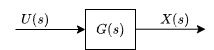
Above: DCDC变换器/SimulationFile/流程图文件.drawio.png in Imperator-panda/20_study (draw.io), before the change. Source tidied: cells renumbered, new cells last; positions are measured from the earlier drawing's top-left corner, leaving out a move shared by most shapes.
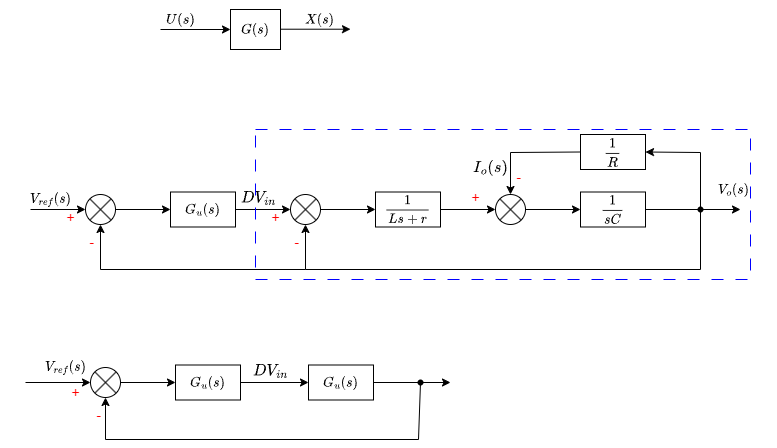
After the commit.

The edit, as a diff of the source:
```diff
@@ -22,5 +22,168 @@
     <mxCell id="6" value="$$X(s)$$" style="text;html=1;align=center;verticalAlign=middle;strokeColor=none;fillColor=none;" parent="1" vertex="1">
       <mxGeometry x="139" width="70" height="30" as="geometry" />
     </mxCell>
+    <mxCell id="7" style="edgeStyle=none;html=1;" parent="1" edge="1" source="9" target="11">
+      <mxGeometry relative="1" as="geometry" />
+    </mxCell>
+    <mxCell id="8" style="edgeStyle=none;rounded=0;html=1;exitX=0.5;exitY=1;exitDx=0;exitDy=0;startArrow=classic;startFill=1;endArrow=none;endFill=0;" parent="1" edge="1" source="9">
+      <mxGeometry relative="1" as="geometry">
+        <mxPoint x="160" y="265" as="targetPoint" />
+        <Array as="points">
+          <mxPoint x="-45" y="265" />
+        </Array>
+      </mxGeometry>
+    </mxCell>
+    <mxCell id="9" style="shape=sumEllipse;perimeter=ellipsePerimeter;whiteSpace=wrap;html=1;backgroundOutline=1;" parent="1" vertex="1">
+      <mxGeometry x="-60" y="190" width="30" height="30" as="geometry" />
+    </mxCell>
+    <mxCell id="10" style="edgeStyle=none;html=1;" parent="1" edge="1" source="11" target="14">
+      <mxGeometry relative="1" as="geometry" />
+    </mxCell>
+    <mxCell id="11" value="$$G_u(s)$$" style="rounded=0;whiteSpace=wrap;html=1;fillColor=none;" parent="1" vertex="1">
+      <mxGeometry x="25" y="187.5" width="65" height="35" as="geometry" />
+    </mxCell>
+    <mxCell id="12" style="edgeStyle=none;html=1;" parent="1" edge="1" source="14" target="16">
+      <mxGeometry relative="1" as="geometry" />
+    </mxCell>
+    <mxCell id="13" style="edgeStyle=none;rounded=0;html=1;startArrow=classic;startFill=1;endArrow=none;endFill=0;" parent="1" edge="1" source="14">
+      <mxGeometry relative="1" as="geometry">
+        <mxPoint x="555" y="205" as="targetPoint" />
+        <Array as="points">
+          <mxPoint x="160" y="265" />
+          <mxPoint x="555" y="265" />
+        </Array>
+      </mxGeometry>
+    </mxCell>
+    <mxCell id="14" style="shape=sumEllipse;perimeter=ellipsePerimeter;whiteSpace=wrap;html=1;backgroundOutline=1;" parent="1" vertex="1">
+      <mxGeometry x="145" y="190" width="30" height="30" as="geometry" />
+    </mxCell>
+    <mxCell id="15" style="edgeStyle=none;html=1;" parent="1" edge="1" source="16" target="19">
+      <mxGeometry relative="1" as="geometry" />
+    </mxCell>
+    <mxCell id="16" value="$$\frac{1}{Ls+r}$$" style="rounded=0;whiteSpace=wrap;html=1;fillColor=none;" parent="1" vertex="1">
+      <mxGeometry x="230" y="187.5" width="65" height="35" as="geometry" />
+    </mxCell>
+    <mxCell id="17" style="edgeStyle=none;html=1;" parent="1" edge="1" source="19" target="21">
+      <mxGeometry relative="1" as="geometry" />
+    </mxCell>
+    <mxCell id="18" style="edgeStyle=none;rounded=0;html=1;exitX=0.5;exitY=0;exitDx=0;exitDy=0;entryX=0;entryY=0.5;entryDx=0;entryDy=0;fontSize=14;fontColor=#000000;startArrow=classic;startFill=1;endArrow=none;endFill=0;" parent="1" edge="1" source="19" target="23">
+      <mxGeometry relative="1" as="geometry">
+        <Array as="points">
+          <mxPoint x="365" y="148" />
+        </Array>
+      </mxGeometry>
+    </mxCell>
+    <mxCell id="19" style="shape=sumEllipse;perimeter=ellipsePerimeter;whiteSpace=wrap;html=1;backgroundOutline=1;" parent="1" vertex="1">
+      <mxGeometry x="350" y="190" width="30" height="30" as="geometry" />
+    </mxCell>
+    <mxCell id="20" style="edgeStyle=none;html=1;" parent="1" edge="1" source="21">
+      <mxGeometry relative="1" as="geometry">
+        <mxPoint x="595" y="205" as="targetPoint" />
+      </mxGeometry>
+    </mxCell>
+    <mxCell id="21" value="$$\frac{1}{sC}$$" style="rounded=0;whiteSpace=wrap;html=1;fillColor=none;" parent="1" vertex="1">
+      <mxGeometry x="435" y="187.5" width="65" height="35" as="geometry" />
+    </mxCell>
+    <mxCell id="22" style="edgeStyle=none;html=1;exitX=1;exitY=0.5;exitDx=0;exitDy=0;endArrow=none;endFill=0;startArrow=classic;startFill=1;rounded=0;" parent="1" edge="1" source="23">
+      <mxGeometry relative="1" as="geometry">
+        <mxPoint x="555" y="205" as="targetPoint" />
+        <Array as="points">
+          <mxPoint x="555" y="148" />
+        </Array>
+      </mxGeometry>
+    </mxCell>
+    <mxCell id="23" value="$$\frac{1}{R}$$" style="rounded=0;whiteSpace=wrap;html=1;fillColor=none;" parent="1" vertex="1">
+      <mxGeometry x="435" y="130" width="65" height="35" as="geometry" />
+    </mxCell>
+    <mxCell id="24" value="$$V_o(s)$$" style="text;html=1;align=center;verticalAlign=middle;strokeColor=none;fillColor=none;" parent="1" vertex="1">
+      <mxGeometry x="545" y="170" width="85" height="30" as="geometry" />
+    </mxCell>
+    <mxCell id="25" style="edgeStyle=none;orthogonalLoop=1;jettySize=auto;html=1;rounded=0;startArrow=classic;startFill=1;endArrow=none;endFill=0;" parent="1" edge="1">
+      <mxGeometry relative="1" as="geometry">
+        <mxPoint x="-60" y="205" as="sourcePoint" />
+        <mxPoint x="-115" y="205" as="targetPoint" />
+      </mxGeometry>
+    </mxCell>
+    <mxCell id="26" value="$$V_{ref}(s)$$" style="text;html=1;align=center;verticalAlign=middle;strokeColor=none;fillColor=none;" parent="1" vertex="1">
+      <mxGeometry x="-145" y="180" width="100" height="30" as="geometry" />
+    </mxCell>
+    <mxCell id="27" value="&lt;font color=&quot;#ff0000&quot; style=&quot;font-size: 14px;&quot;&gt;+&lt;/font&gt;" style="text;html=1;align=center;verticalAlign=middle;strokeColor=none;fillColor=none;" parent="1" vertex="1">
+      <mxGeometry x="-90" y="195" width="30" height="35" as="geometry" />
+    </mxCell>
+    <mxCell id="28" value="&lt;font color=&quot;#ff0000&quot; style=&quot;font-size: 14px;&quot;&gt;-&lt;/font&gt;" style="text;html=1;align=center;verticalAlign=middle;strokeColor=none;fillColor=none;" parent="1" vertex="1">
+      <mxGeometry x="-67" y="220" width="25" height="35" as="geometry" />
+    </mxCell>
+    <mxCell id="29" value="&lt;font color=&quot;#ff0000&quot; style=&quot;font-size: 14px;&quot;&gt;+&lt;/font&gt;" style="text;html=1;align=center;verticalAlign=middle;strokeColor=none;fillColor=none;" parent="1" vertex="1">
+      <mxGeometry x="115" y="195" width="30" height="35" as="geometry" />
+    </mxCell>
+    <mxCell id="30" value="&lt;font color=&quot;#ff0000&quot; style=&quot;font-size: 14px;&quot;&gt;-&lt;/font&gt;" style="text;html=1;align=center;verticalAlign=middle;strokeColor=none;fillColor=none;" parent="1" vertex="1">
+      <mxGeometry x="138" y="220" width="25" height="35" as="geometry" />
+    </mxCell>
+    <mxCell id="31" value="&lt;font color=&quot;#000000&quot;&gt;$$DV_{in}$$&lt;/font&gt;" style="text;html=1;align=center;verticalAlign=middle;strokeColor=none;fillColor=none;fontSize=14;fontColor=#FF0000;" parent="1" vertex="1">
+      <mxGeometry x="63" y="175" width="100" height="35" as="geometry" />
+    </mxCell>
+    <mxCell id="32" value="$$I_o(s)$$" style="text;html=1;align=center;verticalAlign=middle;strokeColor=none;fillColor=none;fontSize=14;fontColor=#000000;" parent="1" vertex="1">
+      <mxGeometry x="300" y="145" width="90" height="35" as="geometry" />
+    </mxCell>
+    <mxCell id="33" value="&lt;font color=&quot;#ff0000&quot; style=&quot;font-size: 14px;&quot;&gt;+&lt;/font&gt;" style="text;html=1;align=center;verticalAlign=middle;strokeColor=none;fillColor=none;" parent="1" vertex="1">
+      <mxGeometry x="315" y="175" width="30" height="35" as="geometry" />
+    </mxCell>
+    <mxCell id="34" value="&lt;font color=&quot;#ff0000&quot; style=&quot;font-size: 14px;&quot;&gt;-&lt;/font&gt;" style="text;html=1;align=center;verticalAlign=middle;strokeColor=none;fillColor=none;" parent="1" vertex="1">
+      <mxGeometry x="360" y="155" width="25" height="35" as="geometry" />
+    </mxCell>
+    <mxCell id="35" style="whiteSpace=wrap;html=1;fontSize=14;fontColor=#000000;fillColor=none;strokeColor=#0000FF;dashed=1;dashPattern=12 12;" parent="1" vertex="1">
+      <mxGeometry x="110" y="125" width="495" height="150" as="geometry" />
+    </mxCell>
+    <mxCell id="36" style="edgeStyle=none;html=1;" parent="1" edge="1" source="37" target="39">
+      <mxGeometry relative="1" as="geometry" />
+    </mxCell>
+    <mxCell id="37" style="shape=sumEllipse;perimeter=ellipsePerimeter;whiteSpace=wrap;html=1;backgroundOutline=1;" parent="1" vertex="1">
+      <mxGeometry x="-55" y="363" width="30" height="30" as="geometry" />
+    </mxCell>
+    <mxCell id="38" style="edgeStyle=none;rounded=0;html=1;fontSize=14;fontColor=#000000;startArrow=none;startFill=0;endArrow=classic;endFill=1;" parent="1" edge="1" source="39" target="45">
+      <mxGeometry relative="1" as="geometry" />
+    </mxCell>
+    <mxCell id="39" value="$$G_u(s)$$" style="rounded=0;whiteSpace=wrap;html=1;fillColor=none;" parent="1" vertex="1">
+      <mxGeometry x="30" y="360.5" width="65" height="35" as="geometry" />
+    </mxCell>
+    <mxCell id="40" value="$$V_{ref}(s)$$" style="text;html=1;align=center;verticalAlign=middle;strokeColor=none;fillColor=none;" parent="1" vertex="1">
+      <mxGeometry x="-130" y="348" width="100" height="30" as="geometry" />
+    </mxCell>
+    <mxCell id="41" value="&lt;font color=&quot;#ff0000&quot; style=&quot;font-size: 14px;&quot;&gt;+&lt;/font&gt;" style="text;html=1;align=center;verticalAlign=middle;strokeColor=none;fillColor=none;" parent="1" vertex="1">
+      <mxGeometry x="-85" y="370" width="30" height="35" as="geometry" />
+    </mxCell>
+    <mxCell id="42" value="&lt;font color=&quot;#ff0000&quot; style=&quot;font-size: 14px;&quot;&gt;-&lt;/font&gt;" style="text;html=1;align=center;verticalAlign=middle;strokeColor=none;fillColor=none;" parent="1" vertex="1">
+      <mxGeometry x="-60" y="393" width="25" height="35" as="geometry" />
+    </mxCell>
+    <mxCell id="43" value="&lt;font color=&quot;#000000&quot;&gt;$$DV_{in}$$&lt;/font&gt;" style="text;html=1;align=center;verticalAlign=middle;strokeColor=none;fillColor=none;fontSize=14;fontColor=#FF0000;" parent="1" vertex="1">
+      <mxGeometry x="75" y="348" width="100" height="35" as="geometry" />
+    </mxCell>
+    <mxCell id="44" style="edgeStyle=none;rounded=0;html=1;fontSize=14;fontColor=#000000;startArrow=none;startFill=0;endArrow=classic;endFill=1;" parent="1" edge="1" source="45">
+      <mxGeometry relative="1" as="geometry">
+        <mxPoint x="305" y="378" as="targetPoint" />
+      </mxGeometry>
+    </mxCell>
+    <mxCell id="45" value="$$G_u(s)$$" style="rounded=0;whiteSpace=wrap;html=1;fillColor=none;" parent="1" vertex="1">
+      <mxGeometry x="163" y="360.5" width="65" height="35" as="geometry" />
+    </mxCell>
+    <mxCell id="46" style="shape=waypoint;sketch=0;size=6;fillColor=none;perimeter=centerPerimeter;rounded=0;dashed=1;dashPattern=12 12;strokeColor=#000000;fontSize=14;fontColor=#000000;" parent="1" vertex="1">
+      <mxGeometry x="545" y="195" width="20" height="20" as="geometry" />
+    </mxCell>
+    <mxCell id="47" style="shape=waypoint;sketch=0;size=6;points=[];fillColor=none;perimeter=centerPerimeter;snapToPoint=1;rounded=0;" parent="1" vertex="1">
+      <mxGeometry x="265" y="368" width="20" height="20" as="geometry" />
+    </mxCell>
+    <mxCell id="48" style="edgeStyle=none;jettySize=auto;html=1;rounded=0;fontSize=14;fontColor=#000000;startArrow=none;startFill=0;endArrow=classic;endFill=1;entryX=0.5;entryY=1;entryDx=0;entryDy=0;" parent="1" edge="1" source="47" target="37">
+      <mxGeometry relative="1" as="geometry">
+        <Array as="points">
+          <mxPoint x="273" y="435" />
+          <mxPoint x="-40" y="435" />
+        </Array>
+      </mxGeometry>
+    </mxCell>
+    <mxCell id="49" style="edgeStyle=none;jettySize=auto;html=1;rounded=0;fontSize=14;fontColor=#000000;startArrow=none;startFill=0;endArrow=classic;endFill=1;entryX=0;entryY=0.5;entryDx=0;entryDy=0;" parent="1" edge="1" target="37">
+      <mxGeometry relative="1" as="geometry">
+        <mxPoint x="-120" y="378" as="sourcePoint" />
+      </mxGeometry>
+    </mxCell>
   </root>
 </mxGraphModel>
```
